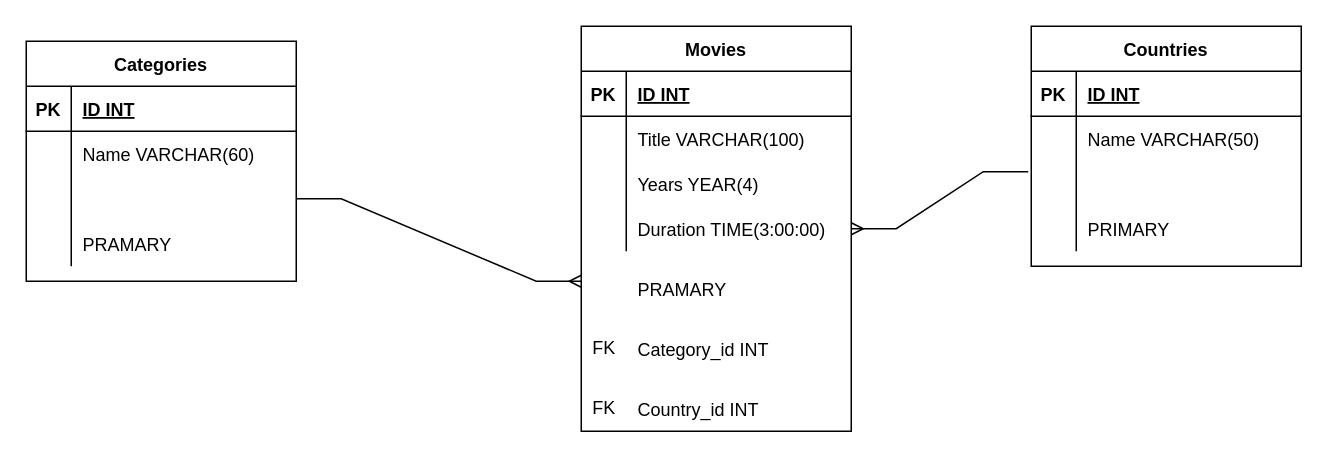
jonasnapoles/javaFinalProject keeps this draw.io diagram as Untitled Diagram.drawio. Above is the earlier version. Source tidied: cells renumbered, new cells numbered last; positions are measured from the earlier drawing's top-left corner, leaving out a move shared by most shapes. Both pictures are drawn from the tidied source at 150%, with x=0, y=0 at pixel (26, 26).
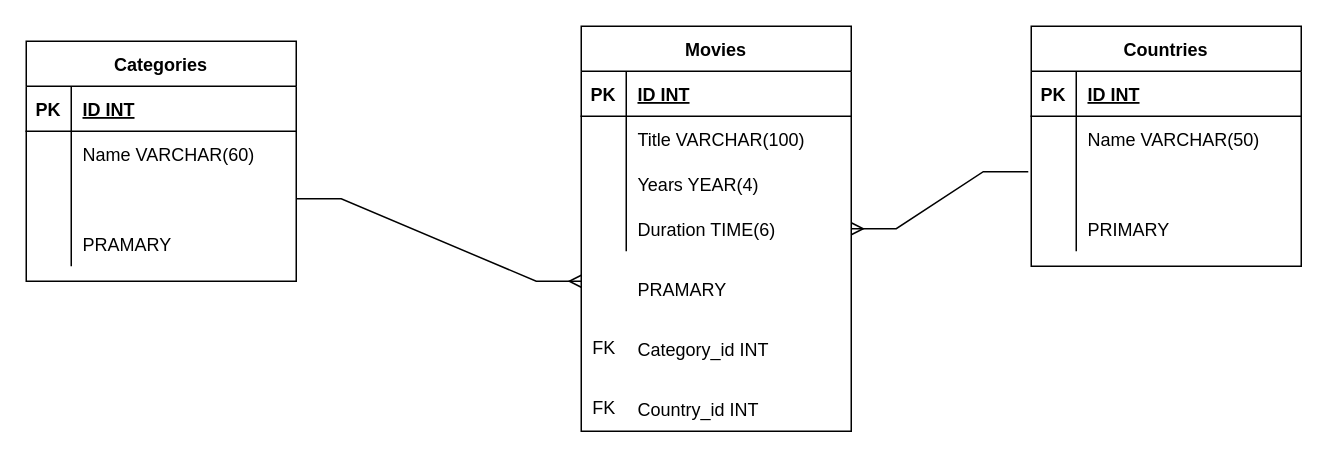
After the change.

The change refers to these unchanged cells:
```xml
<mxCell id="12" style="shape=partialRectangle;fillColor=none;top=0;left=0;bottom=0;right=0;points=[[0,0.5],[1,0.5]];portConstraint=eastwest;" parent="2" vertex="1">
  <mxGeometry y="120" width="180" height="30" as="geometry" />
</mxCell>
```

The edit, as a diff of the source:
```diff
@@
-    <mxCell id="14" value="Duration TIME(3:00:00)" style="shape=partialRectangle;fillColor=none;top=0;left=0;bottom=0;right=0;align=left;spacingLeft=6;overflow=hidden;" parent="12" vertex="1">
+    <mxCell id="14" value="Duration TIME(6)" style="shape=partialRectangle;fillColor=none;top=0;left=0;bottom=0;right=0;align=left;spacingLeft=6;overflow=hidden;" parent="12" vertex="1">
       <mxGeometry x="30" width="150" height="30" as="geometry" />
     </mxCell>
```
